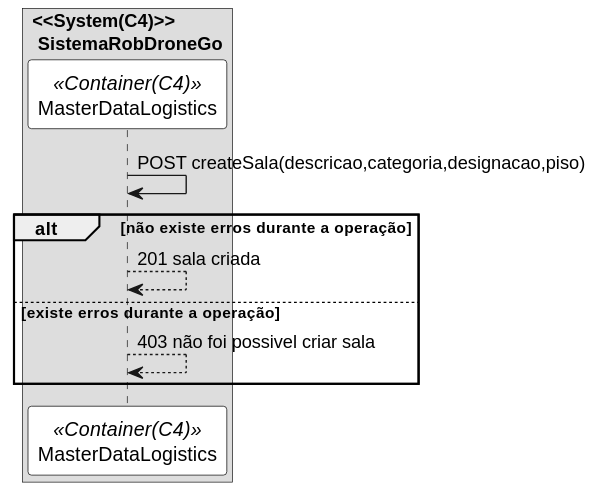
Earlier version of the PlantUML export docs/use_cases/UC310/vp2.svg (SlimJesus25/SEM5_PI).
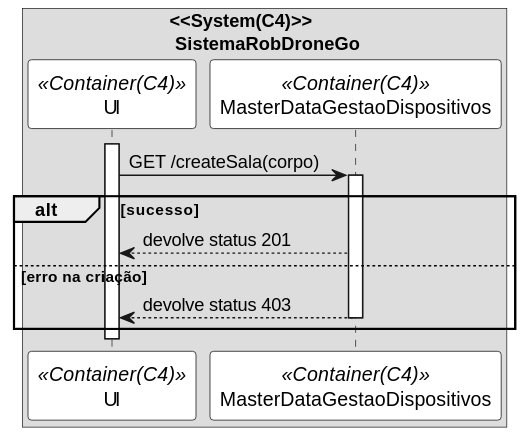
After the change.

Change to the diagram source:
```diff
@@ -1,4 +1,4 @@
-@startuml VP2
+@startuml vp2
 
 skinparam sequence {
 ParticipantBorderColor black
@@ -6,13 +6,18 @@
 }
 
 box "<<System(C4)>>\n SistemaRobDroneGo"
-participant MasterDataLogistics as mdl <<Container(C4)>>
-mdl -> mdl: POST createSala(descricao,categoria,designacao,piso)
-alt não existe erros durante a operação
-mdl --> mdl: 201 sala criada
-else existe erros durante a operação
-mdl --> mdl: 403 não foi possivel criar sala
+participant UI as ui <<Container(C4)>>
+participant MasterDataGestaoDispositivos as mdl <<Container(C4)>>
+activate ui
+ui -> mdl: GET /createSala(corpo)
+activate mdl
+alt sucesso
+mdl --> ui: devolve status 201
+else erro na criação
+mdl --> ui: devolve status 403
+deactivate mdl
 end
+deactivate ui
 
 end box
 
```
